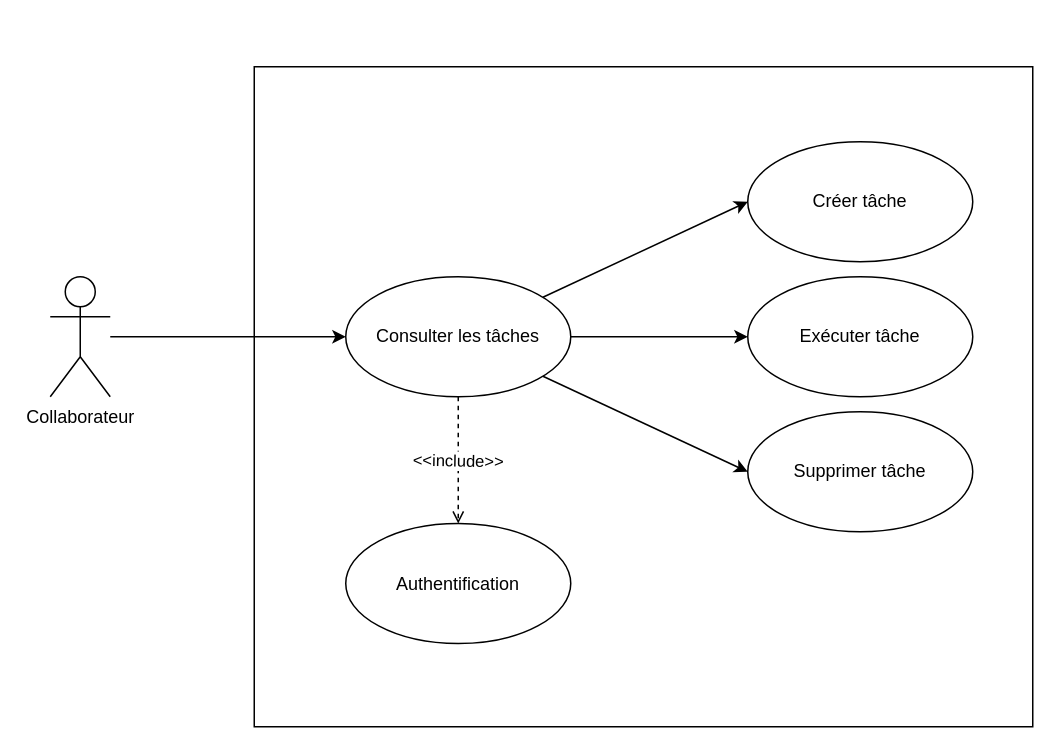
The draw.io diagram useCaseMicroservice.drawio in mbaananou/diagramsPipelette, before the edit. Source tidied: cells renumbered, new cells numbered last; positions are measured from the earlier drawing's top-left corner, leaving out a move shared by most shapes. Both pictures are drawn from the tidied source at 150%, with x=0, y=0 at pixel (50, 66).
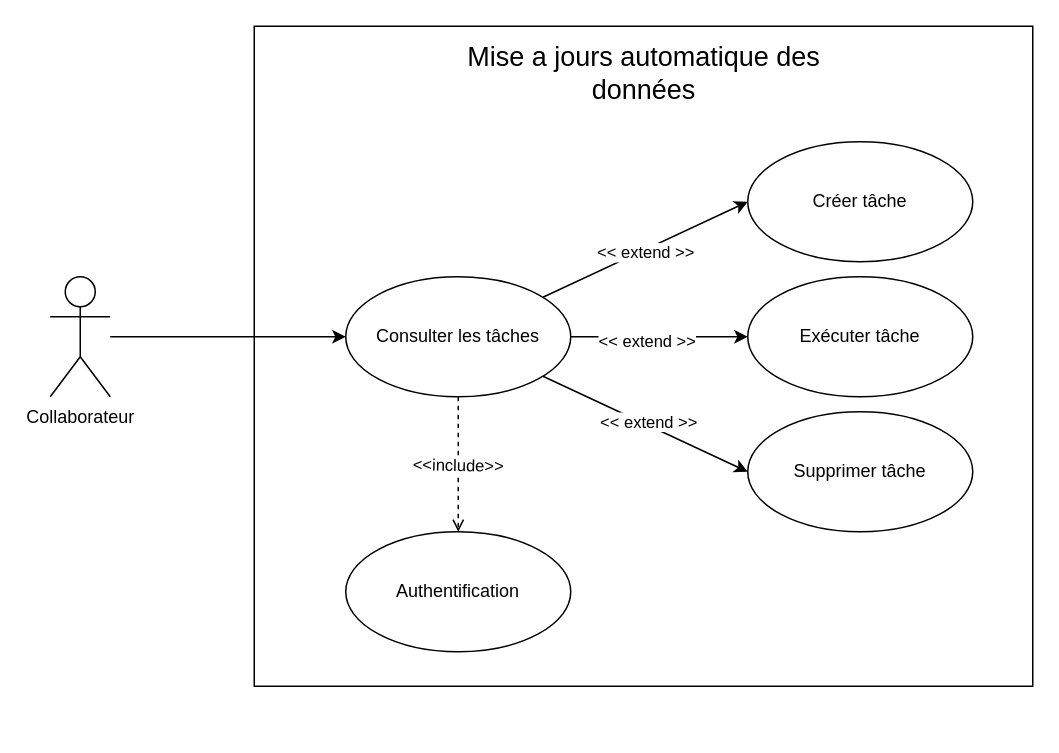
After the change.

The change refers to these unchanged cells:
```xml
<mxCell id="7" style="rounded=0;jettySize=auto;html=1;entryX=0;entryY=0.5;entryDx=0;entryDy=0;" parent="1" edge="1" source="10" target="13">
  <mxGeometry relative="1" as="geometry" />
</mxCell>
<mxCell id="8" style="rounded=0;jettySize=auto;html=1;entryX=0;entryY=0.5;entryDx=0;entryDy=0;" parent="1" edge="1" source="10" target="14">
  <mxGeometry relative="1" as="geometry" />
</mxCell>
<mxCell id="9" style="rounded=0;jettySize=auto;html=1;entryX=0;entryY=0.5;entryDx=0;entryDy=0;" parent="1" edge="1" source="10" target="15">
  <mxGeometry relative="1" as="geometry" />
</mxCell>
```

What changed in the source:
```diff
@@
     <mxCell id="2" style="whiteSpace=wrap;html=1;" parent="1" vertex="1">
-      <mxGeometry x="136" width="519" height="440" as="geometry" />
+      <mxGeometry x="136" y="-27" width="519" height="440" as="geometry" />
     </mxCell>
@@
+    <mxCell id="16" value="&amp;lt;&amp;lt; extend &amp;gt;&amp;gt;" style="edgeLabel;html=1;align=center;verticalAlign=middle;" parent="7" vertex="1">
+      <mxGeometry x="-0.02" y="-2" relative="1" as="geometry">
+        <mxPoint y="-1" as="offset" />
+      </mxGeometry>
+    </mxCell>
@@
+    <mxCell id="17" value="&amp;lt;&amp;lt; extend &amp;gt;&amp;gt;" style="edgeLabel;html=1;align=center;verticalAlign=middle;" parent="8" vertex="1">
+      <mxGeometry x="-0.15" y="-2" relative="1" as="geometry" />
+    </mxCell>
@@
+    <mxCell id="18" value="&amp;lt;&amp;lt; extend &amp;gt;&amp;gt;" style="edgeLabel;html=1;align=center;verticalAlign=middle;" parent="9" vertex="1">
+      <mxGeometry x="0.01" y="2" relative="1" as="geometry" />
+    </mxCell>
@@
     <mxCell id="11" value="Authentification" style="ellipse;whiteSpace=wrap;html=1;" parent="1" vertex="1">
-      <mxGeometry x="197" y="304.5" width="150" height="80" as="geometry" />
+      <mxGeometry x="197" y="310" width="150" height="80" as="geometry" />
     </mxCell>
@@
+    <mxCell id="19" value="Mise a jours automatique des données" style="text;html=1;align=center;verticalAlign=middle;whiteSpace=wrap;rounded=0;fontSize=18;" parent="1" vertex="1">
+      <mxGeometry x="270.5" y="-10" width="250" height="30" as="geometry" />
+    </mxCell>
```
